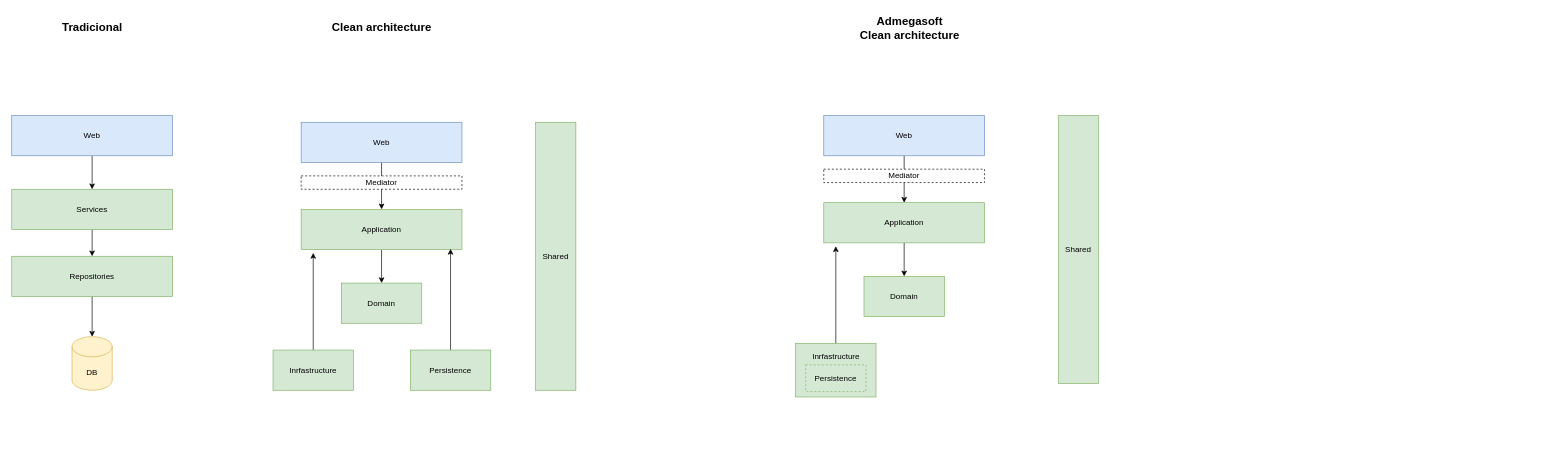
u99tomas/Admegatest keeps this draw.io diagram as docs/Diagrams/Clean vs Traditional.drawio. Above is the earlier version. Source tidied: cells renumbered, new cells numbered last; positions are measured from the earlier drawing's top-left corner, leaving out a move shared by most shapes. Both pictures are drawn from the tidied source at 67%, with x=0, y=0 at pixel (11, 11).
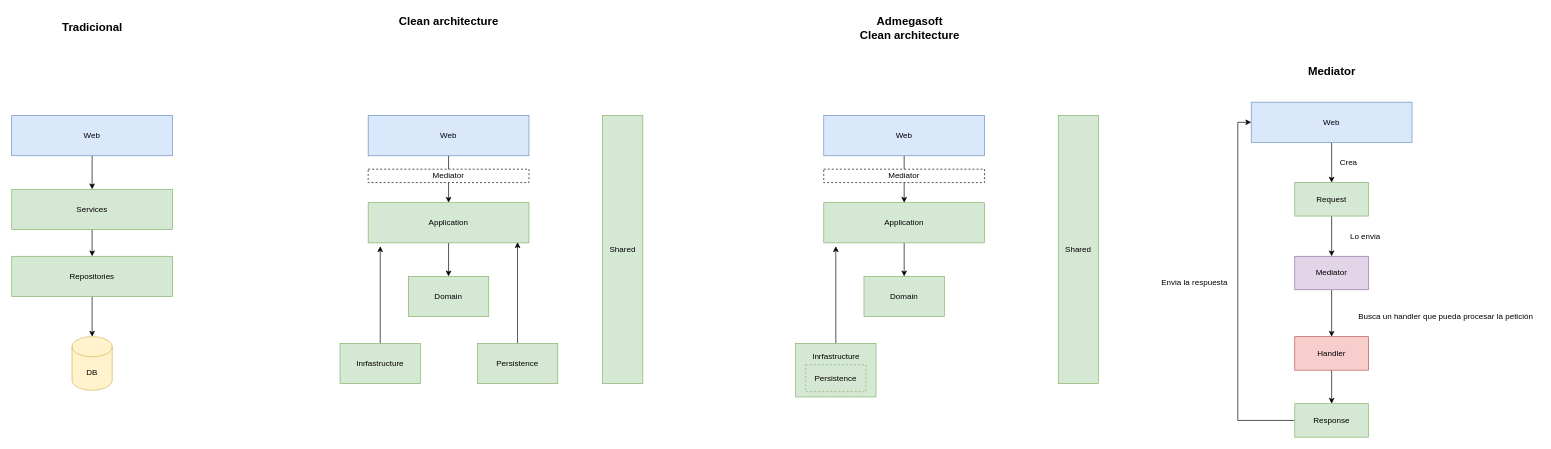
The same diagram, later.

Change to the diagram source:
```diff
@@
     <mxCell id="3" value="Application" style="rounded=0;whiteSpace=wrap;html=1;fillColor=#d5e8d4;strokeColor=#82b366;" parent="1" vertex="1">
-      <mxGeometry x="432" y="295" width="240" height="60" as="geometry" />
+      <mxGeometry x="532" y="285" width="240" height="60" as="geometry" />
     </mxCell>
@@
     <mxCell id="5" value="Web" style="whiteSpace=wrap;html=1;fillColor=#dae8fc;strokeColor=#6c8ebf;" parent="1" vertex="1">
-      <mxGeometry x="432" y="165" width="240" height="60" as="geometry" />
+      <mxGeometry x="532" y="155" width="240" height="60" as="geometry" />
     </mxCell>
     <mxCell id="6" value="Domain" style="whiteSpace=wrap;html=1;fillColor=#d5e8d4;strokeColor=#82b366;" parent="1" vertex="1">
-      <mxGeometry x="492" y="405" width="120" height="60" as="geometry" />
+      <mxGeometry x="592" y="395" width="120" height="60" as="geometry" />
     </mxCell>
@@
     <mxCell id="8" value="Inrfastructure" style="whiteSpace=wrap;html=1;fillColor=#d5e8d4;strokeColor=#82b366;" parent="1" vertex="1">
-      <mxGeometry x="390" y="505" width="120" height="60" as="geometry" />
+      <mxGeometry x="490" y="495" width="120" height="60" as="geometry" />
     </mxCell>
@@
     <mxCell id="10" value="Persistence" style="whiteSpace=wrap;html=1;fillColor=#d5e8d4;strokeColor=#82b366;" parent="1" vertex="1">
-      <mxGeometry x="595" y="505" width="120" height="60" as="geometry" />
+      <mxGeometry x="695" y="495" width="120" height="60" as="geometry" />
     </mxCell>
     <mxCell id="11" value="Shared" style="whiteSpace=wrap;html=1;fillColor=#d5e8d4;strokeColor=#82b366;" parent="1" vertex="1">
-      <mxGeometry x="782" y="165" width="60" height="400" as="geometry" />
+      <mxGeometry x="882" y="155" width="60" height="400" as="geometry" />
     </mxCell>
@@
     <mxCell id="19" value="Mediator" style="whiteSpace=wrap;html=1;dashed=1;" parent="1" vertex="1">
-      <mxGeometry x="432" y="245" width="240" height="20" as="geometry" />
+      <mxGeometry x="532" y="235" width="240" height="20" as="geometry" />
     </mxCell>
@@
     <mxCell id="21" value="Clean architecture" style="text;html=1;align=center;verticalAlign=middle;strokeColor=none;fillColor=none;fontStyle=1;fontSize=17;" parent="1" vertex="1">
-      <mxGeometry x="472" y="10" width="160" height="30" as="geometry" />
+      <mxGeometry x="572" width="160" height="30" as="geometry" />
     </mxCell>
@@
+    <mxCell id="34" style="edgeStyle=orthogonalEdgeStyle;rounded=0;jettySize=auto;html=1;" parent="1" edge="1" source="35" target="37">
+      <mxGeometry relative="1" as="geometry" />
+    </mxCell>
+    <mxCell id="35" value="Request" style="whiteSpace=wrap;html=1;fillColor=#d5e8d4;strokeColor=#82b366;" parent="1" vertex="1">
+      <mxGeometry x="1915" y="255" width="110" height="50" as="geometry" />
+    </mxCell>
+    <mxCell id="36" style="edgeStyle=orthogonalEdgeStyle;rounded=0;jettySize=auto;html=1;entryX=0.5;entryY=0;entryDx=0;entryDy=0;" parent="1" edge="1" source="37" target="39">
+      <mxGeometry relative="1" as="geometry" />
+    </mxCell>
+    <mxCell id="37" value="Mediator" style="whiteSpace=wrap;html=1;fillColor=#e1d5e7;strokeColor=#9673a6;" parent="1" vertex="1">
+      <mxGeometry x="1915" y="365" width="110" height="50" as="geometry" />
+    </mxCell>
+    <mxCell id="38" style="edgeStyle=orthogonalEdgeStyle;rounded=0;jettySize=auto;html=1;entryX=0.5;entryY=0;entryDx=0;entryDy=0;" parent="1" edge="1" source="39" target="47">
+      <mxGeometry relative="1" as="geometry" />
+    </mxCell>
+    <mxCell id="39" value="Handler" style="whiteSpace=wrap;html=1;fillColor=#f8cecc;strokeColor=#b85450;" parent="1" vertex="1">
+      <mxGeometry x="1915" y="485" width="110" height="50" as="geometry" />
+    </mxCell>
+    <mxCell id="40" value="Mediator" style="text;html=1;align=center;verticalAlign=middle;strokeColor=none;fillColor=none;fontStyle=1;fontSize=17;" parent="1" vertex="1">
+      <mxGeometry x="1925" y="75" width="90" height="30" as="geometry" />
+    </mxCell>
+    <mxCell id="41" style="edgeStyle=orthogonalEdgeStyle;rounded=0;jettySize=auto;html=1;entryX=0.5;entryY=0;entryDx=0;entryDy=0;" parent="1" edge="1" source="42" target="35">
+      <mxGeometry relative="1" as="geometry" />
+    </mxCell>
+    <mxCell id="42" value="Web" style="whiteSpace=wrap;html=1;fillColor=#dae8fc;strokeColor=#6c8ebf;" parent="1" vertex="1">
+      <mxGeometry x="1850" y="135" width="240" height="60" as="geometry" />
+    </mxCell>
+    <mxCell id="43" value="Crea" style="text;html=1;align=center;verticalAlign=middle;strokeColor=none;fillColor=none;" parent="1" vertex="1">
+      <mxGeometry x="1975" y="215" width="40" height="20" as="geometry" />
+    </mxCell>
+    <mxCell id="44" value="Lo envia" style="text;html=1;align=center;verticalAlign=middle;strokeColor=none;fillColor=none;" parent="1" vertex="1">
+      <mxGeometry x="1990" y="325" width="60" height="20" as="geometry" />
+    </mxCell>
+    <mxCell id="45" value="Busca un handler que pueda procesar la petición" style="text;html=1;align=center;verticalAlign=middle;strokeColor=none;fillColor=none;" parent="1" vertex="1">
+      <mxGeometry x="2000" y="445" width="280" height="20" as="geometry" />
+    </mxCell>
+    <mxCell id="46" style="edgeStyle=orthogonalEdgeStyle;rounded=0;jettySize=auto;html=1;entryX=0;entryY=0.5;entryDx=0;entryDy=0;" parent="1" edge="1" source="47" target="42">
+      <mxGeometry relative="1" as="geometry">
+        <Array as="points">
+          <mxPoint x="1830" y="610" />
+          <mxPoint x="1830" y="165" />
+        </Array>
+      </mxGeometry>
+    </mxCell>
+    <mxCell id="47" value="Response" style="whiteSpace=wrap;html=1;fillColor=#d5e8d4;strokeColor=#82b366;" parent="1" vertex="1">
+      <mxGeometry x="1915" y="585" width="110" height="50" as="geometry" />
+    </mxCell>
+    <mxCell id="48" value="Envia la respuesta" style="text;html=1;align=center;verticalAlign=middle;strokeColor=none;fillColor=none;" parent="1" vertex="1">
+      <mxGeometry x="1710" y="395" width="110" height="20" as="geometry" />
+    </mxCell>
```
